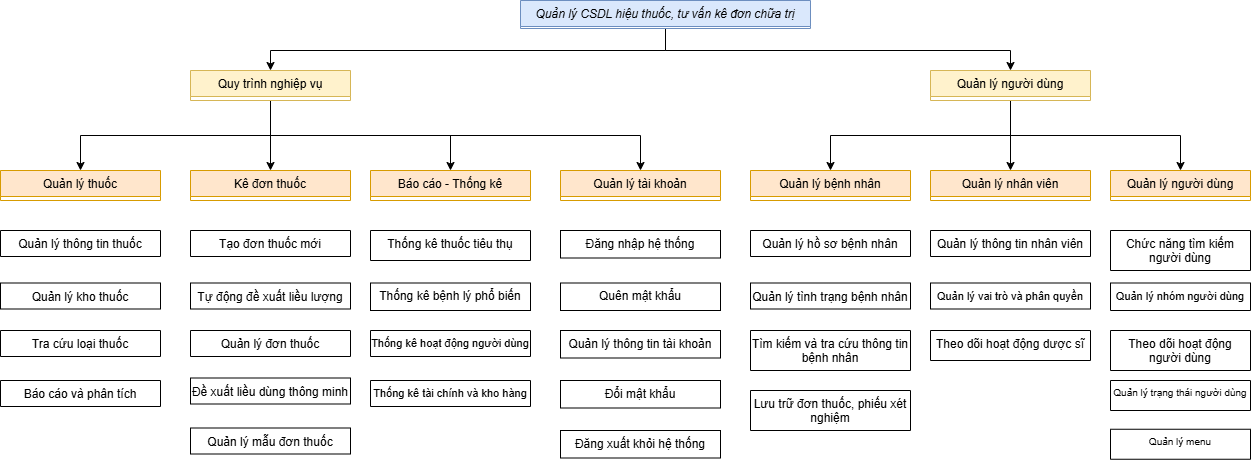
The draw.io diagram FHD.drawio.png in nguyentrung181/DA1, before a commit. Source tidied: cells renumbered, new cells last; positions are measured from the earlier drawing's top-left corner, leaving out a move shared by most shapes.
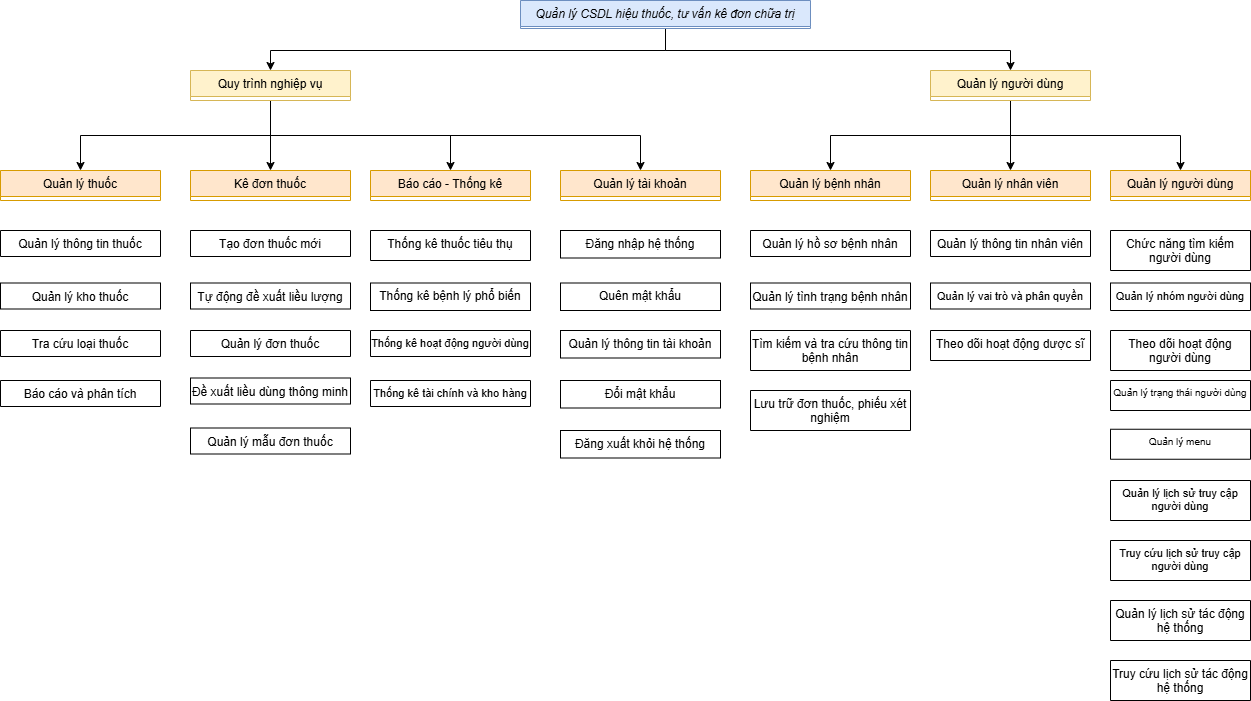
After the change.

Change to the diagram source:
```diff
@@ -159,5 +159,17 @@
     <mxCell id="50" value="Lưu trữ đơn thuốc, phiếu xét nghiệm" style="swimlane;fontStyle=0;align=center;verticalAlign=top;horizontal=1;startSize=430;rounded=0;shadow=0;strokeWidth=1;whiteSpace=wrap;fontSize=12;" parent="1" vertex="1">
       <mxGeometry x="750" y="390" width="160" height="40" as="geometry" />
     </mxCell>
+    <mxCell id="51" value="Quản lý lịch sử truy cập người dùng" style="swimlane;fontStyle=0;align=center;verticalAlign=top;horizontal=1;startSize=430;rounded=0;shadow=0;strokeWidth=1;whiteSpace=wrap;fontSize=11;" parent="1" vertex="1">
+      <mxGeometry x="1110" y="480" width="140" height="40" as="geometry" />
+    </mxCell>
+    <mxCell id="52" value="Truy cứu lịch sử truy cập người dùng" style="swimlane;fontStyle=0;align=center;verticalAlign=top;horizontal=1;startSize=430;rounded=0;shadow=0;strokeWidth=1;whiteSpace=wrap;fontSize=11;" parent="1" vertex="1">
+      <mxGeometry x="1110" y="540" width="140" height="40" as="geometry" />
+    </mxCell>
+    <mxCell id="53" value="Quản lý lịch sử tác động hệ thống" style="swimlane;fontStyle=0;align=center;verticalAlign=top;horizontal=1;startSize=430;rounded=0;shadow=0;strokeWidth=1;whiteSpace=wrap;fontSize=12;" parent="1" vertex="1">
+      <mxGeometry x="1110" y="600" width="140" height="40" as="geometry" />
+    </mxCell>
+    <mxCell id="54" value="Truy cứu lịch sử tác động hệ thống" style="swimlane;fontStyle=0;align=center;verticalAlign=top;horizontal=1;startSize=430;rounded=0;shadow=0;strokeWidth=1;whiteSpace=wrap;fontSize=12;" parent="1" vertex="1">
+      <mxGeometry x="1110" y="660" width="140" height="40" as="geometry" />
+    </mxCell>
   </root>
 </mxGraphModel>
```
